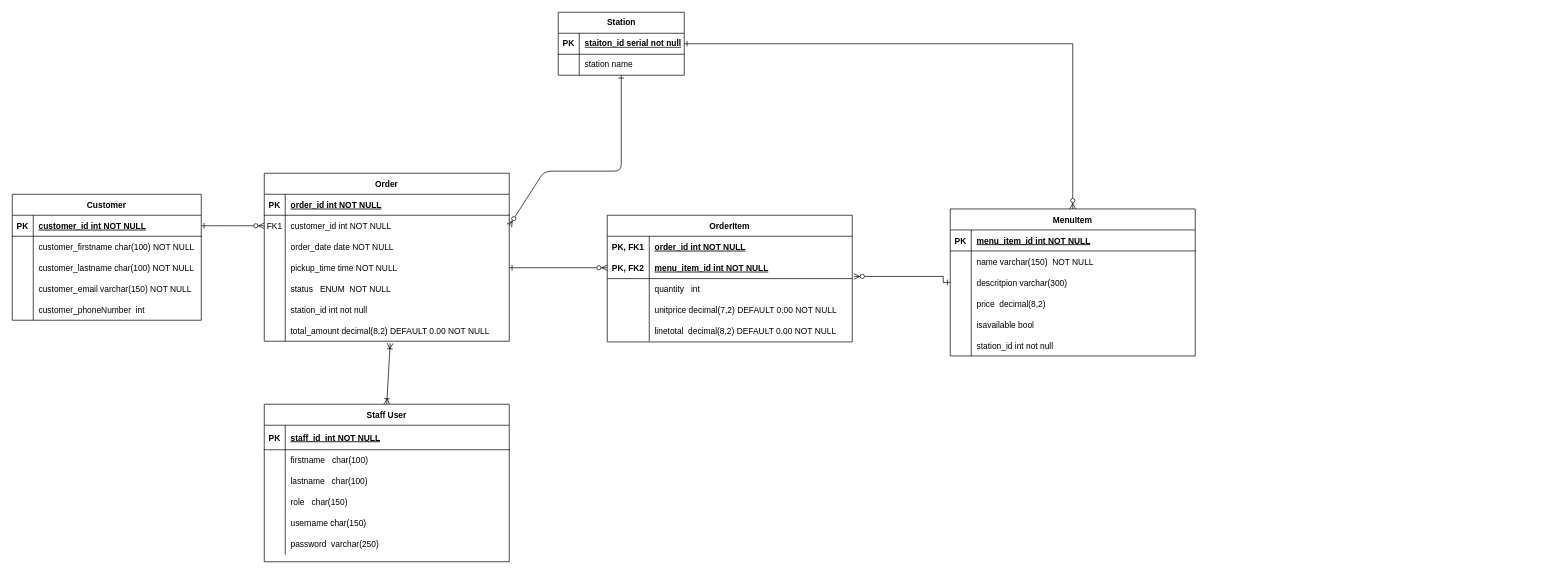
The draw.io diagram workflows/updatedER_team2.drawio in DavidUmunna/Railway-backend-CSC8019, before the edit. Source tidied: cells renumbered, new cells numbered last; positions are measured from the earlier drawing's top-left corner, leaving out a move shared by most shapes. Both pictures are drawn from the tidied source at 70%, with x=0, y=0 at pixel (12, 12).
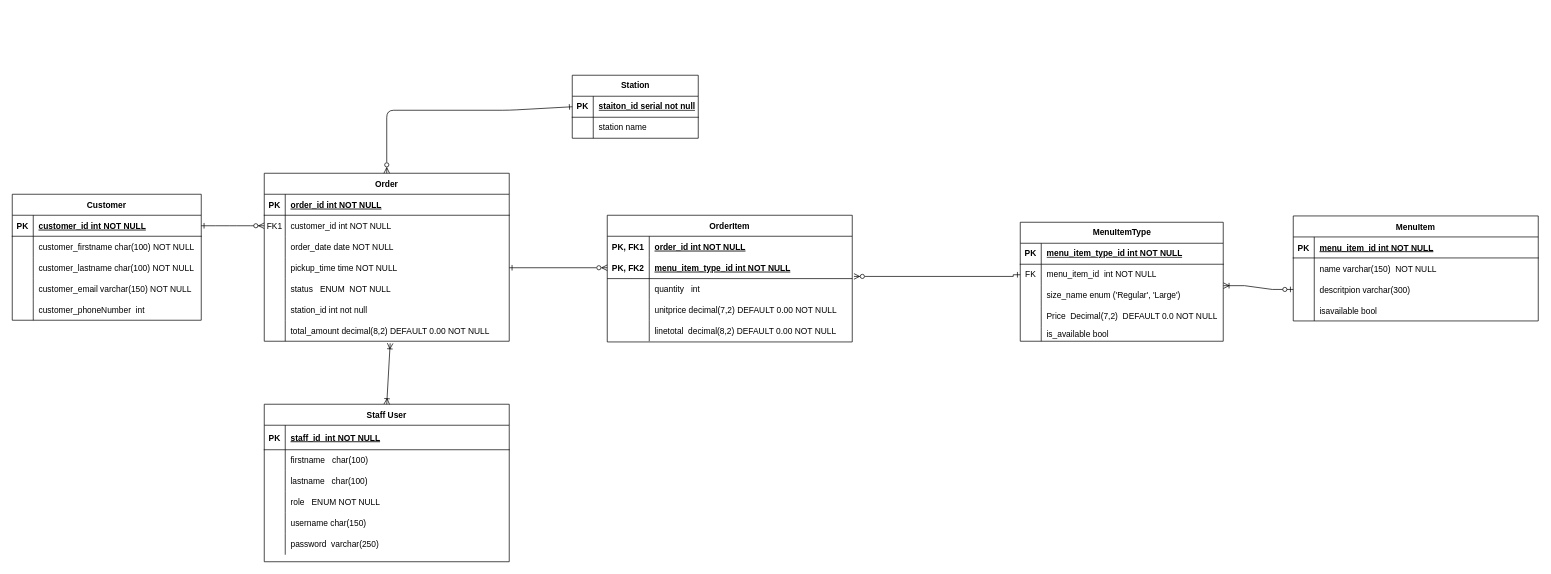
The same diagram, later.

Unchanged cells that the change refers to:
```xml
<mxCell id="3" value="Order" style="shape=table;startSize=30;childLayout=tableLayout;rowLines=0;fontStyle=1;align=center;" parent="1" vertex="1">
  <mxGeometry x="360" y="230" width="350" height="240" as="geometry" />
</mxCell>
<mxCell id="7" style="shape=partialRectangle;fillColor=none;points=[[0,0.5],[1,0.5]];portConstraint=eastwest;top=0;left=0;right=0;bottom=0;" parent="3" vertex="1">
  <mxGeometry y="60" width="350" height="30" as="geometry" />
</mxCell>
<mxCell id="46" style="shape=partialRectangle;fillColor=none;points=[[0,0.5],[1,0.5]];portConstraint=eastwest;top=0;left=0;right=0;bottom=0;" parent="42" vertex="1">
  <mxGeometry y="60" width="350" height="30" as="geometry" />
</mxCell>
<mxCell id="88" style="shape=partialRectangle;fillColor=none;top=0;left=0;right=0;bottom=0;" parent="78" vertex="1">
  <mxGeometry y="125" width="350" height="30" as="geometry" />
</mxCell>
<mxCell id="100" style="shape=tableRow;horizontal=0;startSize=0;swimlaneHead=0;swimlaneBody=0;fillColor=none;points=[[0,0.5],[1,0.5]];portConstraint=eastwest;top=0;left=0;right=0;bottom=1;" parent="99" vertex="1">
  <mxGeometry y="30" width="180" height="30" as="geometry" />
</mxCell>
<mxCell id="103" style="shape=tableRow;horizontal=0;startSize=0;swimlaneHead=0;swimlaneBody=0;fillColor=none;points=[[0,0.5],[1,0.5]];portConstraint=eastwest;top=0;left=0;right=0;bottom=0;" parent="99" vertex="1">
  <mxGeometry y="60" width="180" height="30" as="geometry" />
</mxCell>
```

What changed in the source:
```diff
@@
-    <mxCell id="41" style="edgeStyle=orthogonalEdgeStyle;rounded=0;jettySize=auto;html=1;endArrow=ERzeroToMany;endFill=0;startArrow=ERone;startFill=0;entryX=1.007;entryY=0.913;entryDx=0;entryDy=0;entryPerimeter=0;exitX=0;exitY=0.5;exitDx=0;exitDy=0;" parent="1" edge="1" source="66" target="46">
+    <mxCell id="41" style="edgeStyle=orthogonalEdgeStyle;rounded=0;jettySize=auto;html=1;endArrow=ERzeroToMany;endFill=0;startArrow=ERone;startFill=0;entryX=1.007;entryY=0.913;entryDx=0;entryDy=0;entryPerimeter=0;exitX=0;exitY=0.5;exitDx=0;exitDy=0;" parent="1" edge="1" source="112" target="46">
       <mxGeometry relative="1" as="geometry">
         <Array as="points">
-          <mxPoint x="1330" y="386" />
-          <mxPoint x="1330" y="377" />
+          <mxPoint x="1430" y="377" />
         </Array>
       </mxGeometry>
     </mxCell>
@@
-    <mxCell id="48" value="menu_item_id int NOT NULL" style="shape=partialRectangle;overflow=hidden;fillColor=none;top=0;left=0;bottom=0;right=0;align=left;spacingLeft=6;fontStyle=5;" parent="46" vertex="1">
+    <mxCell id="48" value="menu_item_type_id int NOT NULL" style="shape=partialRectangle;overflow=hidden;fillColor=none;top=0;left=0;bottom=0;right=0;align=left;spacingLeft=6;fontStyle=5;" parent="46" vertex="1">
       <mxGeometry x="60" width="290" height="30" as="geometry" />
     </mxCell>
@@
-    <mxCell id="59" value="MenuItem" style="shape=table;startSize=30;childLayout=tableLayout;rowLines=0;fontStyle=1;align=center;" parent="1" vertex="1">
-      <mxGeometry x="1340" y="281" width="350" height="210" as="geometry" />
-    </mxCell>
-    <mxCell id="60" style="shape=partialRectangle;fillColor=none;top=0;left=0;right=0;bottom=1;" parent="59" vertex="1">
-      <mxGeometry y="30" width="350" height="30" as="geometry" />
-    </mxCell>
-    <mxCell id="61" value="PK" style="shape=partialRectangle;overflow=hidden;fillColor=none;top=0;left=0;bottom=0;right=0;fontStyle=1;" parent="60" vertex="1">
-      <mxGeometry width="30" height="30" as="geometry" />
-    </mxCell>
-    <mxCell id="62" value="menu_item_id int NOT NULL " style="shape=partialRectangle;overflow=hidden;fillColor=none;top=0;left=0;bottom=0;right=0;align=left;spacingLeft=6;fontStyle=5;" parent="60" vertex="1">
-      <mxGeometry x="30" width="320" height="30" as="geometry" />
-    </mxCell>
-    <mxCell id="63" style="shape=partialRectangle;fillColor=none;top=0;left=0;right=0;bottom=0;" parent="59" vertex="1">
-      <mxGeometry y="60" width="350" height="30" as="geometry" />
-    </mxCell>
-    <mxCell id="64" style="shape=partialRectangle;overflow=hidden;fillColor=none;top=0;left=0;bottom=0;right=0;" parent="63" vertex="1">
-      <mxGeometry width="30" height="30" as="geometry" />
-    </mxCell>
-    <mxCell id="65" value="name varchar(150)  NOT NULL" style="shape=partialRectangle;overflow=hidden;fillColor=none;top=0;left=0;bottom=0;right=0;align=left;spacingLeft=6;" parent="63" vertex="1">
-      <mxGeometry x="30" width="320" height="30" as="geometry" />
-    </mxCell>
-    <mxCell id="66" style="shape=partialRectangle;fillColor=none;points=[[0,0.5],[1,0.5]];portConstraint=eastwest;top=0;left=0;right=0;bottom=0;" parent="59" vertex="1">
-      <mxGeometry y="90" width="350" height="30" as="geometry" />
-    </mxCell>
-    <mxCell id="67" style="shape=partialRectangle;overflow=hidden;fillColor=none;top=0;left=0;bottom=0;right=0;" parent="66" vertex="1">
-      <mxGeometry width="30" height="30" as="geometry" />
-    </mxCell>
-    <mxCell id="68" value="descritpion varchar(300) " style="shape=partialRectangle;overflow=hidden;fillColor=none;top=0;left=0;bottom=0;right=0;align=left;spacingLeft=6;" parent="66" vertex="1">
-      <mxGeometry x="30" width="320" height="30" as="geometry" />
-    </mxCell>
-    <mxCell id="69" style="shape=partialRectangle;fillColor=none;top=0;left=0;right=0;bottom=0;" parent="59" vertex="1">
-      <mxGeometry y="120" width="350" height="30" as="geometry" />
-    </mxCell>
-    <mxCell id="70" style="shape=partialRectangle;overflow=hidden;fillColor=none;top=0;left=0;bottom=0;right=0;" parent="69" vertex="1">
-      <mxGeometry width="30" height="30" as="geometry" />
-    </mxCell>
-    <mxCell id="71" value="price  decimal(8,2) " style="shape=partialRectangle;overflow=hidden;fillColor=none;top=0;left=0;bottom=0;right=0;align=left;spacingLeft=6;" parent="69" vertex="1">
-      <mxGeometry x="30" width="320" height="30" as="geometry" />
-    </mxCell>
-    <mxCell id="72" style="shape=partialRectangle;fillColor=none;top=0;left=0;right=0;bottom=0;" parent="59" vertex="1">
-      <mxGeometry y="150" width="350" height="30" as="geometry" />
-    </mxCell>
-    <mxCell id="73" style="shape=partialRectangle;overflow=hidden;fillColor=none;top=0;left=0;bottom=0;right=0;" parent="72" vertex="1">
-      <mxGeometry width="30" height="30" as="geometry" />
-    </mxCell>
-    <mxCell id="74" value="isavailable bool  " style="shape=partialRectangle;overflow=hidden;fillColor=none;top=0;left=0;bottom=0;right=0;align=left;spacingLeft=6;" parent="72" vertex="1">
-      <mxGeometry x="30" width="320" height="30" as="geometry" />
-    </mxCell>
-    <mxCell id="75" style="shape=partialRectangle;fillColor=none;top=0;left=0;right=0;bottom=0;" parent="59" vertex="1">
-      <mxGeometry y="180" width="350" height="30" as="geometry" />
-    </mxCell>
-    <mxCell id="76" style="shape=partialRectangle;overflow=hidden;fillColor=none;top=0;left=0;bottom=0;right=0;" parent="75" vertex="1">
-      <mxGeometry width="30" height="30" as="geometry" />
-    </mxCell>
-    <mxCell id="77" value="station_id int not null" style="shape=partialRectangle;overflow=hidden;fillColor=none;top=0;left=0;bottom=0;right=0;align=left;spacingLeft=6;" parent="75" vertex="1">
-      <mxGeometry x="30" width="320" height="30" as="geometry" />
-    </mxCell>
@@
-    <mxCell id="90" value="role   char(150)" style="shape=partialRectangle;overflow=hidden;fillColor=none;top=0;left=0;bottom=0;right=0;align=left;spacingLeft=6;" parent="88" vertex="1">
+    <mxCell id="90" value="role   ENUM NOT NULL" style="shape=partialRectangle;overflow=hidden;fillColor=none;top=0;left=0;bottom=0;right=0;align=left;spacingLeft=6;" parent="88" vertex="1">
       <mxGeometry x="30" width="320" height="30" as="geometry" />
     </mxCell>
@@
     <mxCell id="99" value="Station" style="shape=table;startSize=30;childLayout=tableLayout;rowLines=0;fontStyle=1;align=center;html=1;" parent="1" vertex="1">
-      <mxGeometry x="780" width="180" height="90" as="geometry" />
+      <mxGeometry x="800" y="90" width="180" height="90" as="geometry" />
     </mxCell>
@@
-    <mxCell id="106" style="edgeStyle=none;html=1;entryX=1;entryY=0.5;entryDx=0;entryDy=0;endArrow=ERzeroToMany;endFill=0;startArrow=ERone;startFill=0;" parent="1" edge="1" source="103" target="7">
+    <mxCell id="106" style="edgeStyle=none;html=1;entryX=0.5;entryY=0;entryDx=0;entryDy=0;endArrow=ERzeroToMany;endFill=0;startArrow=ERone;startFill=0;exitX=0;exitY=0.5;exitDx=0;exitDy=0;" parent="1" edge="1" source="100" target="3">
       <mxGeometry relative="1" as="geometry">
         <Array as="points">
-          <mxPoint x="870" y="227" />
-          <mxPoint x="760" y="227" />
+          <mxPoint x="710" y="140" />
+          <mxPoint x="535" y="140" />
         </Array>
       </mxGeometry>
     </mxCell>
-    <mxCell id="107" style="edgeStyle=orthogonalEdgeStyle;rounded=0;jettySize=auto;html=1;exitX=1;exitY=0.5;exitDx=0;exitDy=0;entryX=0.5;entryY=0;entryDx=0;entryDy=0;endArrow=ERzeroToMany;endFill=0;startArrow=ERone;startFill=0;" parent="1" edge="1" source="100" target="59">
-      <mxGeometry relative="1" as="geometry" />
-    </mxCell>
+    <mxCell id="59" value="MenuItem" style="shape=table;startSize=30;childLayout=tableLayout;rowLines=0;fontStyle=1;align=center;" parent="1" vertex="1">
+      <mxGeometry x="1830" y="291" width="350" height="150" as="geometry" />
+    </mxCell>
+    <mxCell id="60" style="shape=partialRectangle;fillColor=none;top=0;left=0;right=0;bottom=1;" parent="59" vertex="1">
+      <mxGeometry y="30" width="350" height="30" as="geometry" />
+    </mxCell>
+    <mxCell id="61" value="PK" style="shape=partialRectangle;overflow=hidden;fillColor=none;top=0;left=0;bottom=0;right=0;fontStyle=1;" parent="60" vertex="1">
+      <mxGeometry width="30" height="30" as="geometry" />
+    </mxCell>
+    <mxCell id="62" value="menu_item_id int NOT NULL " style="shape=partialRectangle;overflow=hidden;fillColor=none;top=0;left=0;bottom=0;right=0;align=left;spacingLeft=6;fontStyle=5;" parent="60" vertex="1">
+      <mxGeometry x="30" width="320" height="30" as="geometry" />
+    </mxCell>
+    <mxCell id="63" style="shape=partialRectangle;fillColor=none;top=0;left=0;right=0;bottom=0;" parent="59" vertex="1">
+      <mxGeometry y="60" width="350" height="30" as="geometry" />
+    </mxCell>
+    <mxCell id="64" style="shape=partialRectangle;overflow=hidden;fillColor=none;top=0;left=0;bottom=0;right=0;" parent="63" vertex="1">
+      <mxGeometry width="30" height="30" as="geometry" />
+    </mxCell>
+    <mxCell id="65" value="name varchar(150)  NOT NULL" style="shape=partialRectangle;overflow=hidden;fillColor=none;top=0;left=0;bottom=0;right=0;align=left;spacingLeft=6;" parent="63" vertex="1">
+      <mxGeometry x="30" width="320" height="30" as="geometry" />
+    </mxCell>
+    <mxCell id="66" style="shape=partialRectangle;fillColor=none;points=[[0,0.5],[1,0.5]];portConstraint=eastwest;top=0;left=0;right=0;bottom=0;" parent="59" vertex="1">
+      <mxGeometry y="90" width="350" height="30" as="geometry" />
+    </mxCell>
+    <mxCell id="67" style="shape=partialRectangle;overflow=hidden;fillColor=none;top=0;left=0;bottom=0;right=0;" parent="66" vertex="1">
+      <mxGeometry width="30" height="30" as="geometry" />
+    </mxCell>
+    <mxCell id="68" value="descritpion varchar(300) " style="shape=partialRectangle;overflow=hidden;fillColor=none;top=0;left=0;bottom=0;right=0;align=left;spacingLeft=6;" parent="66" vertex="1">
+      <mxGeometry x="30" width="320" height="30" as="geometry" />
+    </mxCell>
+    <mxCell id="72" style="shape=partialRectangle;fillColor=none;top=0;left=0;right=0;bottom=0;" parent="59" vertex="1">
+      <mxGeometry y="120" width="350" height="30" as="geometry" />
+    </mxCell>
+    <mxCell id="73" style="shape=partialRectangle;overflow=hidden;fillColor=none;top=0;left=0;bottom=0;right=0;" parent="72" vertex="1">
+      <mxGeometry width="30" height="30" as="geometry" />
+    </mxCell>
+    <mxCell id="74" value="isavailable bool  " style="shape=partialRectangle;overflow=hidden;fillColor=none;top=0;left=0;bottom=0;right=0;align=left;spacingLeft=6;" parent="72" vertex="1">
+      <mxGeometry x="30" width="320" height="30" as="geometry" />
+    </mxCell>
+    <mxCell id="108" value="MenuItemType" style="shape=table;startSize=30;childLayout=tableLayout;rowLines=0;fontStyle=1;align=center;html=1;" parent="1" vertex="1">
+      <mxGeometry x="1440" y="300" width="290" height="170" as="geometry" />
+    </mxCell>
+    <mxCell id="109" style="shape=tableRow;horizontal=0;startSize=0;swimlaneHead=0;swimlaneBody=0;fillColor=none;top=0;left=0;right=0;bottom=1;" parent="108" vertex="1">
+      <mxGeometry y="30" width="290" height="30" as="geometry" />
+    </mxCell>
+    <mxCell id="110" value="PK" style="shape=partialRectangle;fillColor=none;top=0;left=0;bottom=0;right=0;fontStyle=1;overflow=hidden;whiteSpace=wrap;html=1;" parent="109" vertex="1">
+      <mxGeometry width="30" height="30" as="geometry" />
+    </mxCell>
+    <mxCell id="111" value="menu_item_type_id int NOT NULL" style="shape=partialRectangle;fillColor=none;top=0;left=0;bottom=0;right=0;align=left;spacingLeft=6;fontStyle=5;overflow=hidden;whiteSpace=wrap;html=1;" parent="109" vertex="1">
+      <mxGeometry x="30" width="260" height="30" as="geometry" />
+    </mxCell>
+    <mxCell id="112" style="shape=tableRow;horizontal=0;startSize=0;swimlaneHead=0;swimlaneBody=0;fillColor=none;points=[[0,0.5],[1,0.5]];portConstraint=eastwest;top=0;left=0;right=0;bottom=0;" parent="108" vertex="1">
+      <mxGeometry y="60" width="290" height="30" as="geometry" />
+    </mxCell>
+    <mxCell id="113" value="FK" style="shape=partialRectangle;fillColor=none;top=0;left=0;bottom=0;right=0;overflow=hidden;whiteSpace=wrap;html=1;" parent="112" vertex="1">
+      <mxGeometry width="30" height="30" as="geometry" />
+    </mxCell>
+    <mxCell id="114" value="menu_item_id&amp;nbsp; int NOT NULL" style="shape=partialRectangle;fillColor=none;top=0;left=0;bottom=0;right=0;align=left;spacingLeft=6;overflow=hidden;whiteSpace=wrap;html=1;" parent="112" vertex="1">
+      <mxGeometry x="30" width="260" height="30" as="geometry" />
+    </mxCell>
+    <mxCell id="115" style="shape=tableRow;horizontal=0;startSize=0;swimlaneHead=0;swimlaneBody=0;fillColor=none;points=[[0,0.5],[1,0.5]];portConstraint=eastwest;top=0;left=0;right=0;bottom=0;" parent="108" vertex="1">
+      <mxGeometry y="90" width="290" height="30" as="geometry" />
+    </mxCell>
+    <mxCell id="116" style="shape=partialRectangle;fillColor=none;top=0;left=0;bottom=0;right=0;overflow=hidden;whiteSpace=wrap;html=1;" parent="115" vertex="1">
+      <mxGeometry width="30" height="30" as="geometry" />
+    </mxCell>
+    <mxCell id="117" value="size_name enum ('Regular', 'Large')" style="shape=partialRectangle;fillColor=none;top=0;left=0;bottom=0;right=0;align=left;spacingLeft=6;overflow=hidden;whiteSpace=wrap;html=1;" parent="115" vertex="1">
+      <mxGeometry x="30" width="260" height="30" as="geometry" />
+    </mxCell>
+    <mxCell id="118" style="shape=tableRow;horizontal=0;startSize=0;swimlaneHead=0;swimlaneBody=0;fillColor=none;top=0;left=0;right=0;bottom=0;" parent="108" vertex="1">
+      <mxGeometry y="120" width="290" height="30" as="geometry" />
+    </mxCell>
+    <mxCell id="119" style="shape=partialRectangle;fillColor=none;top=0;left=0;bottom=0;right=0;overflow=hidden;whiteSpace=wrap;html=1;" parent="118" vertex="1">
+      <mxGeometry width="30" height="30" as="geometry" />
+    </mxCell>
+    <mxCell id="120" value="Price&amp;nbsp; Decimal(7,2)&amp;nbsp; DEFAULT 0.0 NOT NULL" style="shape=partialRectangle;fillColor=none;top=0;left=0;bottom=0;right=0;align=left;spacingLeft=6;overflow=hidden;whiteSpace=wrap;html=1;" parent="118" vertex="1">
+      <mxGeometry x="30" width="260" height="30" as="geometry" />
+    </mxCell>
+    <mxCell id="121" style="shape=tableRow;horizontal=0;startSize=0;swimlaneHead=0;swimlaneBody=0;fillColor=none;top=0;left=0;right=0;bottom=0;" parent="108" vertex="1">
+      <mxGeometry y="150" width="290" height="20" as="geometry" />
+    </mxCell>
+    <mxCell id="122" style="shape=partialRectangle;fillColor=none;top=0;left=0;bottom=0;right=0;overflow=hidden;whiteSpace=wrap;html=1;" parent="121" vertex="1">
+      <mxGeometry width="30" height="20" as="geometry" />
+    </mxCell>
+    <mxCell id="123" value="is_available bool" style="shape=partialRectangle;fillColor=none;top=0;left=0;bottom=0;right=0;align=left;spacingLeft=6;overflow=hidden;whiteSpace=wrap;html=1;" parent="121" vertex="1">
+      <mxGeometry x="30" width="260" height="20" as="geometry" />
+    </mxCell>
+    <mxCell id="124" style="edgeStyle=entityRelationEdgeStyle;fontSize=12;html=1;endArrow=ERoneToMany;startArrow=ERzeroToOne;rounded=0;entryX=1.001;entryY=0.02;entryDx=0;entryDy=0;entryPerimeter=0;" parent="1" edge="1" source="66" target="115">
+      <mxGeometry relative="1" as="geometry" />
+    </mxCell>
```
